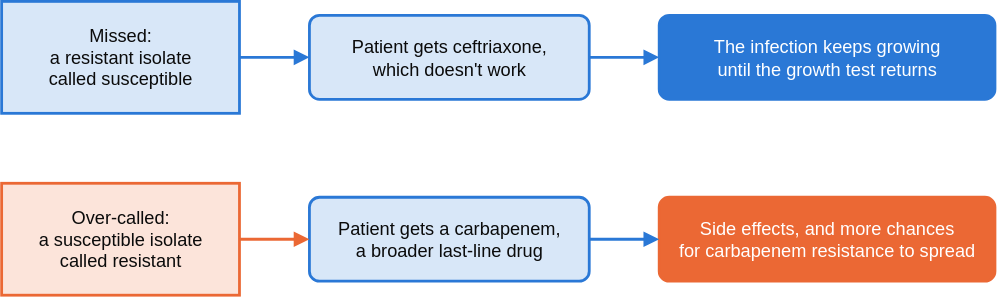
Above: slides/img/illustrations/ch06-error-consequences.drawio.svg in bu-cds-bf550/bu-cds-bf550.github.io (draw.io), before the change. Source tidied: cells renumbered, new cells last; positions are measured from the earlier drawing's top-left corner, leaving out a move shared by most shapes. Source of this version:
```xml
<mxGraphModel>
  <root>
    <mxCell id="0" />
    <mxCell id="1" parent="0" />
    <mxCell id="2" value="Missed:&#10;a resistant isolate&#10;called susceptible" style="rounded=0;arcSize=12;whiteSpace=wrap;html=1;fillColor=#2a78d62E;strokeColor=#2a78d6;strokeWidth=2;fontColor=#0b0b0b;fontFamily=Helvetica;fontSize=13;verticalAlign=middle;" parent="1" vertex="1">
      <mxGeometry width="170" height="80" as="geometry" />
    </mxCell>
    <mxCell id="3" value="Patient gets ceftriaxone,&#10;which doesn't work" style="rounded=1;arcSize=12;whiteSpace=wrap;html=1;fillColor=#2a78d62E;strokeColor=#2a78d6;strokeWidth=2;fontColor=#0b0b0b;fontFamily=Helvetica;fontSize=13;verticalAlign=middle;" parent="1" vertex="1">
      <mxGeometry x="220" y="10" width="200" height="60" as="geometry" />
    </mxCell>
    <mxCell id="4" value="The infection keeps growing&#10;until the growth test returns" style="rounded=1;arcSize=12;whiteSpace=wrap;html=1;fillColor=#2a78d6;strokeColor=#2a78d6;strokeWidth=2;fontColor=#ffffff;fontFamily=Helvetica;fontSize=13;verticalAlign=middle;" parent="1" vertex="1">
      <mxGeometry x="470" y="10" width="240" height="60" as="geometry" />
    </mxCell>
    <mxCell id="5" value="Over-called:&#10;a susceptible isolate&#10;called resistant" style="rounded=0;arcSize=12;whiteSpace=wrap;html=1;fillColor=#eb68342E;strokeColor=#eb6834;strokeWidth=2;fontColor=#0b0b0b;fontFamily=Helvetica;fontSize=13;verticalAlign=middle;" parent="1" vertex="1">
      <mxGeometry y="130" width="170" height="80" as="geometry" />
    </mxCell>
    <mxCell id="6" value="Patient gets a carbapenem,&#10;a broader last-line drug" style="rounded=1;arcSize=12;whiteSpace=wrap;html=1;fillColor=#2a78d62E;strokeColor=#2a78d6;strokeWidth=2;fontColor=#0b0b0b;fontFamily=Helvetica;fontSize=13;verticalAlign=middle;" parent="1" vertex="1">
      <mxGeometry x="220" y="140" width="200" height="60" as="geometry" />
    </mxCell>
    <mxCell id="7" value="Side effects, and more chances&#10;for carbapenem resistance to spread" style="rounded=1;arcSize=12;whiteSpace=wrap;html=1;fillColor=#eb6834;strokeColor=#eb6834;strokeWidth=2;fontColor=#ffffff;fontFamily=Helvetica;fontSize=13;verticalAlign=middle;" parent="1" vertex="1">
      <mxGeometry x="470" y="140" width="240" height="60" as="geometry" />
    </mxCell>
    <mxCell id="8" style="edgeStyle=orthogonalEdgeStyle;rounded=1;html=1;strokeColor=#2a78d6;strokeWidth=2;fontColor=#52514e;fontFamily=Helvetica;fontSize=11;endArrow=block;endFill=1;" parent="1" edge="1" source="2" target="3">
      <mxGeometry relative="1" as="geometry" />
    </mxCell>
    <mxCell id="9" style="edgeStyle=orthogonalEdgeStyle;rounded=1;html=1;strokeColor=#2a78d6;strokeWidth=2;fontColor=#52514e;fontFamily=Helvetica;fontSize=11;endArrow=block;endFill=1;" parent="1" edge="1" source="3" target="4">
      <mxGeometry relative="1" as="geometry" />
    </mxCell>
    <mxCell id="10" style="edgeStyle=orthogonalEdgeStyle;rounded=1;html=1;strokeColor=#eb6834;strokeWidth=2;fontColor=#52514e;fontFamily=Helvetica;fontSize=11;endArrow=block;endFill=1;" parent="1" edge="1" source="5" target="6">
      <mxGeometry relative="1" as="geometry" />
    </mxCell>
    <mxCell id="11" style="edgeStyle=orthogonalEdgeStyle;rounded=1;html=1;strokeColor=#2a78d6;strokeWidth=2;fontColor=#52514e;fontFamily=Helvetica;fontSize=11;endArrow=block;endFill=1;" parent="1" edge="1" source="6" target="7">
      <mxGeometry relative="1" as="geometry" />
    </mxCell>
  </root>
</mxGraphModel>
```
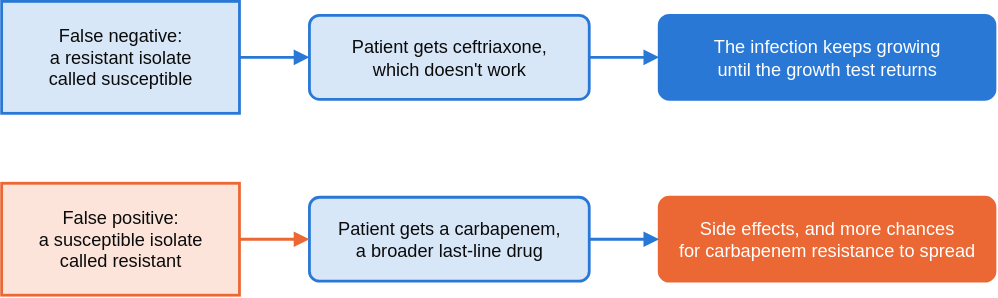
Later version of the same file.

Commit message:
Unit 6 decks say false positive and false negative, not over-called and missed

What changed in the source:
```diff
@@ -2,7 +2,7 @@
   <root>
     <mxCell id="0" />
     <mxCell id="1" parent="0" />
-    <mxCell id="2" value="Missed:&#10;a resistant isolate&#10;called susceptible" style="rounded=0;arcSize=12;whiteSpace=wrap;html=1;fillColor=#2a78d62E;strokeColor=#2a78d6;strokeWidth=2;fontColor=#0b0b0b;fontFamily=Helvetica;fontSize=13;verticalAlign=middle;" parent="1" vertex="1">
+    <mxCell id="2" value="False negative:&#10;a resistant isolate&#10;called susceptible" style="rounded=0;arcSize=12;whiteSpace=wrap;html=1;fillColor=#2a78d62E;strokeColor=#2a78d6;strokeWidth=2;fontColor=#0b0b0b;fontFamily=Helvetica;fontSize=13;verticalAlign=middle;" parent="1" vertex="1">
       <mxGeometry width="170" height="80" as="geometry" />
     </mxCell>
     <mxCell id="3" value="Patient gets ceftriaxone,&#10;which doesn't work" style="rounded=1;arcSize=12;whiteSpace=wrap;html=1;fillColor=#2a78d62E;strokeColor=#2a78d6;strokeWidth=2;fontColor=#0b0b0b;fontFamily=Helvetica;fontSize=13;verticalAlign=middle;" parent="1" vertex="1">
@@ -11,7 +11,7 @@
     <mxCell id="4" value="The infection keeps growing&#10;until the growth test returns" style="rounded=1;arcSize=12;whiteSpace=wrap;html=1;fillColor=#2a78d6;strokeColor=#2a78d6;strokeWidth=2;fontColor=#ffffff;fontFamily=Helvetica;fontSize=13;verticalAlign=middle;" parent="1" vertex="1">
       <mxGeometry x="470" y="10" width="240" height="60" as="geometry" />
     </mxCell>
-    <mxCell id="5" value="Over-called:&#10;a susceptible isolate&#10;called resistant" style="rounded=0;arcSize=12;whiteSpace=wrap;html=1;fillColor=#eb68342E;strokeColor=#eb6834;strokeWidth=2;fontColor=#0b0b0b;fontFamily=Helvetica;fontSize=13;verticalAlign=middle;" parent="1" vertex="1">
+    <mxCell id="5" value="False positive:&#10;a susceptible isolate&#10;called resistant" style="rounded=0;arcSize=12;whiteSpace=wrap;html=1;fillColor=#eb68342E;strokeColor=#eb6834;strokeWidth=2;fontColor=#0b0b0b;fontFamily=Helvetica;fontSize=13;verticalAlign=middle;" parent="1" vertex="1">
       <mxGeometry y="130" width="170" height="80" as="geometry" />
     </mxCell>
     <mxCell id="6" value="Patient gets a carbapenem,&#10;a broader last-line drug" style="rounded=1;arcSize=12;whiteSpace=wrap;html=1;fillColor=#2a78d62E;strokeColor=#2a78d6;strokeWidth=2;fontColor=#0b0b0b;fontFamily=Helvetica;fontSize=13;verticalAlign=middle;" parent="1" vertex="1">
```
